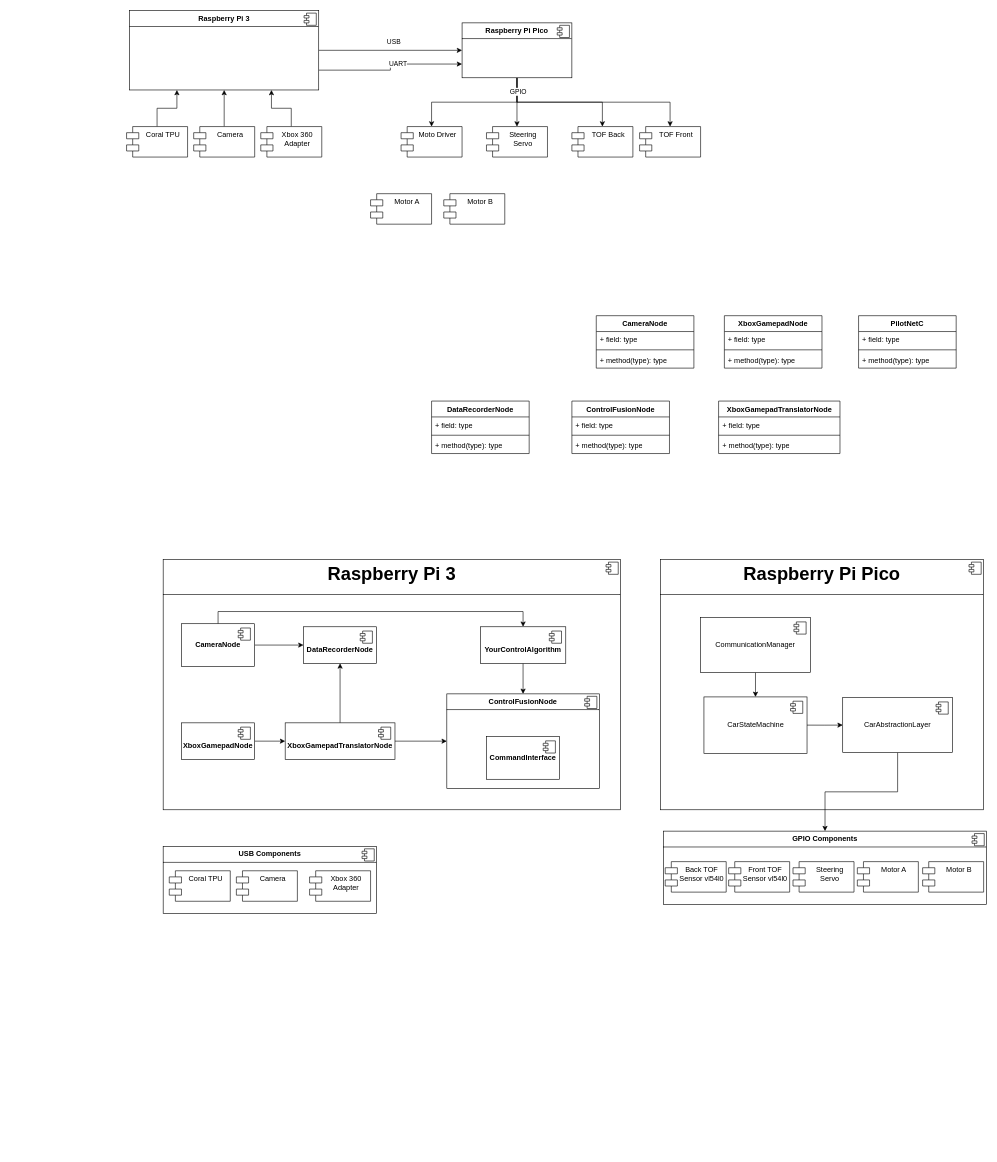
Above: page "Seite-4" (4 of 4) of doc/RPI_Car.drawio in GGArdrey/RaspiCar (draw.io), before the change. Source tidied: cells renumbered, new cells numbered last; positions are measured from the earlier drawing's top-left corner, leaving out a move shared by most shapes. Both pictures are drawn from the tidied source at 61%, with x=0, y=0 at pixel (126, 10).
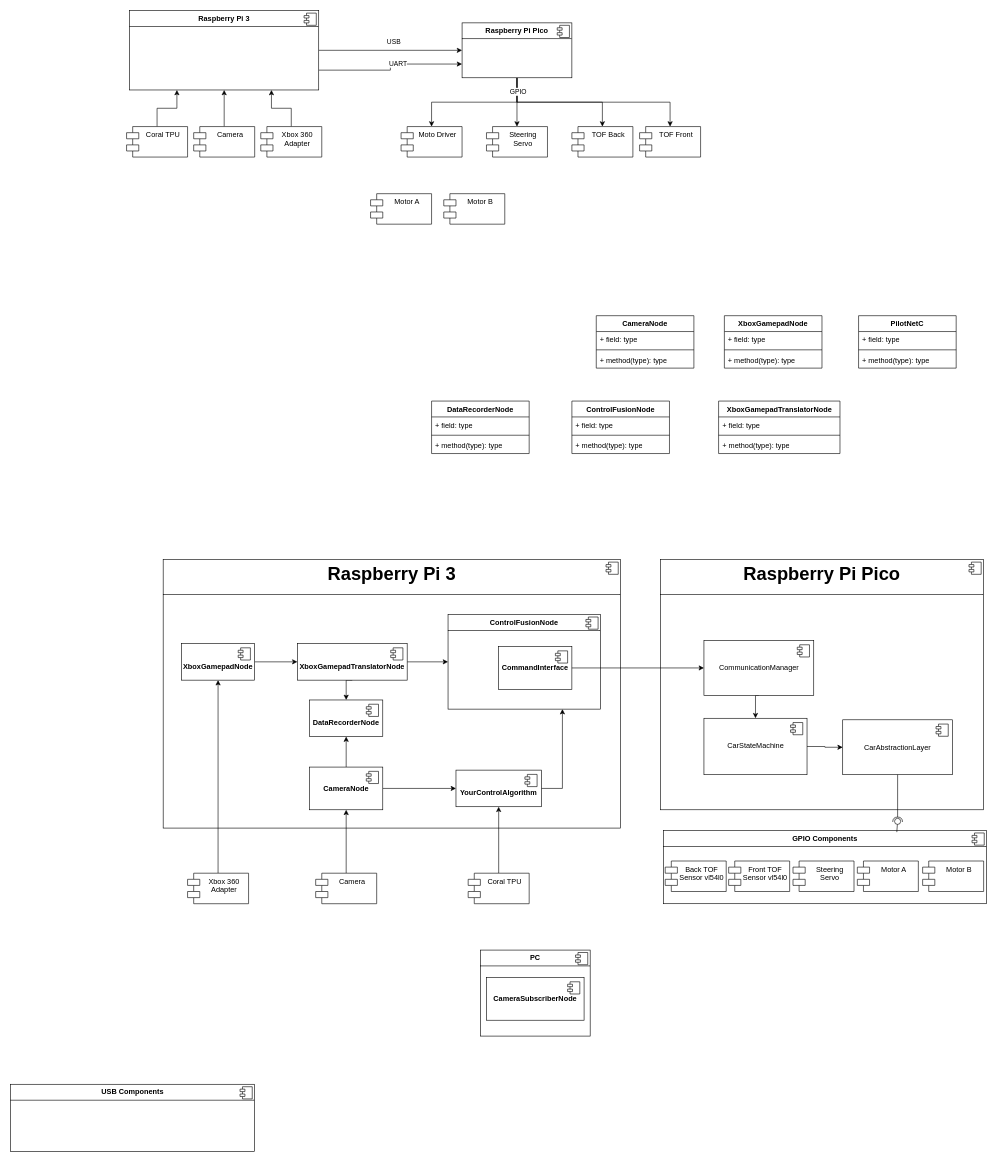
Above is the later version.

What changed in the source:
```diff
@@
     <mxCell id="2" value="&lt;p style=&quot;margin:0px;margin-top:6px;text-align:center;&quot;&gt;&lt;b&gt;USB Components&lt;/b&gt;&lt;/p&gt;&lt;hr size=&quot;1&quot; style=&quot;border-style:solid;&quot;&gt;&lt;p style=&quot;margin:0px;margin-left:8px;&quot;&gt;&lt;br&gt;&lt;/p&gt;" style="align=left;overflow=fill;html=1;whiteSpace=wrap;" parent="1" vertex="1">
-      <mxGeometry x="60" y="1370" width="350" height="110" as="geometry" />
+      <mxGeometry x="-190" y="1760" width="400" height="110" as="geometry" />
     </mxCell>
@@
     <mxCell id="4" value="&lt;p style=&quot;margin:0px;margin-top:6px;text-align:center;&quot;&gt;&lt;b&gt;GPIO Components&lt;/b&gt;&lt;/p&gt;&lt;hr size=&quot;1&quot; style=&quot;border-style:solid;&quot;&gt;&lt;p style=&quot;margin:0px;margin-left:8px;&quot;&gt;&lt;br&gt;&lt;/p&gt;" style="align=left;overflow=fill;html=1;whiteSpace=wrap;" parent="1" vertex="1">
-      <mxGeometry x="880" y="1345" width="530" height="120" as="geometry" />
+      <mxGeometry x="880" y="1344" width="530" height="120" as="geometry" />
     </mxCell>
@@
     <mxCell id="55" value="&lt;p style=&quot;margin: 6px 0px 0px; text-align: center; font-size: 30px;&quot;&gt;&lt;b style=&quot;&quot;&gt;&lt;font style=&quot;font-size: 30px;&quot;&gt;Raspberry Pi 3&lt;/font&gt;&lt;/b&gt;&lt;/p&gt;&lt;hr size=&quot;1&quot; style=&quot;border-style: solid; font-size: 30px;&quot;&gt;&lt;p style=&quot;margin: 0px 0px 0px 8px; font-size: 30px;&quot;&gt;&lt;br&gt;&lt;/p&gt;" style="align=left;overflow=fill;html=1;whiteSpace=wrap;" parent="1" vertex="1">
-      <mxGeometry x="60" y="900" width="750" height="410" as="geometry" />
+      <mxGeometry x="60" y="900" width="750" height="440" as="geometry" />
     </mxCell>
@@
-    <mxCell id="57" style="edgeStyle=orthogonalEdgeStyle;rounded=0;jettySize=auto;html=1;exitX=1;exitY=0.5;exitDx=0;exitDy=0;entryX=0;entryY=0.5;entryDx=0;entryDy=0;" parent="1" edge="1" source="59" target="64">
+    <mxCell id="57" style="edgeStyle=orthogonalEdgeStyle;rounded=0;jettySize=auto;html=1;exitX=0.5;exitY=0;exitDx=0;exitDy=0;entryX=0.5;entryY=1;entryDx=0;entryDy=0;" parent="1" edge="1" source="59" target="64">
       <mxGeometry relative="1" as="geometry" />
     </mxCell>
-    <mxCell id="58" style="edgeStyle=orthogonalEdgeStyle;rounded=0;jettySize=auto;html=1;exitX=0.5;exitY=0;exitDx=0;exitDy=0;entryX=0.5;entryY=0;entryDx=0;entryDy=0;" parent="1" edge="1" source="59" target="70">
+    <mxCell id="58" style="edgeStyle=orthogonalEdgeStyle;rounded=0;jettySize=auto;html=1;exitX=1;exitY=0.5;exitDx=0;exitDy=0;entryX=0;entryY=0.5;entryDx=0;entryDy=0;" parent="1" edge="1" source="59" target="70">
       <mxGeometry relative="1" as="geometry" />
     </mxCell>
     <mxCell id="59" value="&lt;b&gt;CameraNode&lt;/b&gt;" style="html=1;whiteSpace=wrap;" parent="1" vertex="1">
-      <mxGeometry x="90" y="1005" width="120" height="70" as="geometry" />
+      <mxGeometry x="300" y="1240" width="120" height="70" as="geometry" />
     </mxCell>
@@
+    <mxCell id="96" style="edgeStyle=orthogonalEdgeStyle;rounded=0;jettySize=auto;html=1;exitX=0.5;exitY=0;exitDx=0;exitDy=0;entryX=0.5;entryY=1;entryDx=0;entryDy=0;" parent="1" edge="1" source="61" target="70">
+      <mxGeometry relative="1" as="geometry" />
+    </mxCell>
     <mxCell id="61" value="Coral TPU" style="shape=module;align=left;spacingLeft=20;align=center;verticalAlign=top;whiteSpace=wrap;html=1;" parent="1" vertex="1">
-      <mxGeometry x="70" y="1410" width="100" height="50" as="geometry" />
+      <mxGeometry x="560" y="1414" width="100" height="50" as="geometry" />
     </mxCell>
+    <mxCell id="97" style="edgeStyle=orthogonalEdgeStyle;rounded=0;jettySize=auto;html=1;exitX=0.5;exitY=0;exitDx=0;exitDy=0;entryX=0.5;entryY=1;entryDx=0;entryDy=0;" parent="1" edge="1" source="62" target="59">
+      <mxGeometry relative="1" as="geometry" />
+    </mxCell>
     <mxCell id="62" value="Camera" style="shape=module;align=left;spacingLeft=20;align=center;verticalAlign=top;whiteSpace=wrap;html=1;" parent="1" vertex="1">
-      <mxGeometry x="180" y="1410" width="100" height="50" as="geometry" />
+      <mxGeometry x="310" y="1414" width="100" height="50" as="geometry" />
     </mxCell>
+    <mxCell id="98" style="edgeStyle=orthogonalEdgeStyle;rounded=0;jettySize=auto;html=1;exitX=0.5;exitY=0;exitDx=0;exitDy=0;entryX=0.5;entryY=1;entryDx=0;entryDy=0;" parent="1" edge="1" source="63" target="67">
+      <mxGeometry relative="1" as="geometry" />
+    </mxCell>
     <mxCell id="63" value="Xbox 360 Adapter" style="shape=module;align=left;spacingLeft=20;align=center;verticalAlign=top;whiteSpace=wrap;html=1;" parent="1" vertex="1">
-      <mxGeometry x="300" y="1410" width="100" height="50" as="geometry" />
+      <mxGeometry x="100" y="1414" width="100" height="50" as="geometry" />
     </mxCell>
     <mxCell id="64" value="&lt;div&gt;&lt;b&gt;&lt;br&gt;&lt;/b&gt;&lt;/div&gt;&lt;b&gt;DataRecorderNode&lt;/b&gt;" style="html=1;whiteSpace=wrap;" parent="1" vertex="1">
-      <mxGeometry x="290" y="1010" width="120" height="60" as="geometry" />
+      <mxGeometry x="300" y="1130" width="120" height="60" as="geometry" />
     </mxCell>
@@
     <mxCell id="67" value="&lt;div&gt;&lt;b&gt;&lt;br&gt;&lt;/b&gt;&lt;/div&gt;&lt;b&gt;XboxGamepadNode&lt;/b&gt;" style="html=1;whiteSpace=wrap;" parent="1" vertex="1">
-      <mxGeometry x="90" y="1167.5" width="120" height="60" as="geometry" />
+      <mxGeometry x="90" y="1037.5" width="120" height="60" as="geometry" />
     </mxCell>
@@
-    <mxCell id="69" style="edgeStyle=orthogonalEdgeStyle;rounded=0;jettySize=auto;html=1;exitX=0.5;exitY=1;exitDx=0;exitDy=0;entryX=0.5;entryY=0;entryDx=0;entryDy=0;" parent="1" edge="1" source="70" target="76">
+    <mxCell id="69" style="edgeStyle=orthogonalEdgeStyle;rounded=0;jettySize=auto;html=1;exitX=1;exitY=0.5;exitDx=0;exitDy=0;entryX=0.75;entryY=1;entryDx=0;entryDy=0;" parent="1" edge="1" source="70" target="76">
       <mxGeometry relative="1" as="geometry" />
     </mxCell>
     <mxCell id="70" value="&lt;div&gt;&lt;b&gt;&lt;br&gt;&lt;/b&gt;&lt;/div&gt;&lt;b&gt;YourControlAlgorithm&lt;/b&gt;" style="html=1;whiteSpace=wrap;" parent="1" vertex="1">
-      <mxGeometry x="580" y="1010" width="140" height="60" as="geometry" />
+      <mxGeometry x="540" y="1245" width="140" height="60" as="geometry" />
     </mxCell>
@@
-    <mxCell id="72" style="edgeStyle=orthogonalEdgeStyle;rounded=0;jettySize=auto;html=1;exitX=0.5;exitY=0;exitDx=0;exitDy=0;entryX=0.5;entryY=1;entryDx=0;entryDy=0;" parent="1" edge="1" source="74" target="64">
+    <mxCell id="72" style="edgeStyle=orthogonalEdgeStyle;rounded=0;jettySize=auto;html=1;exitX=0.5;exitY=1;exitDx=0;exitDy=0;entryX=0.5;entryY=0;entryDx=0;entryDy=0;" parent="1" edge="1" source="74" target="64">
       <mxGeometry relative="1" as="geometry" />
     </mxCell>
@@
     <mxCell id="74" value="&lt;div&gt;&lt;b&gt;&lt;br&gt;&lt;/b&gt;&lt;/div&gt;&lt;b&gt;XboxGamepadTranslatorNode&lt;/b&gt;" style="html=1;whiteSpace=wrap;" parent="1" vertex="1">
-      <mxGeometry x="260" y="1167.5" width="180" height="60" as="geometry" />
+      <mxGeometry x="280" y="1037.5" width="180" height="60" as="geometry" />
     </mxCell>
@@
     <mxCell id="76" value="&lt;p style=&quot;margin:0px;margin-top:6px;text-align:center;&quot;&gt;&lt;b&gt;ControlFusionNode&lt;/b&gt;&lt;br&gt;&lt;/p&gt;&lt;hr size=&quot;1&quot; style=&quot;border-style:solid;&quot;&gt;&lt;p style=&quot;margin:0px;margin-left:8px;&quot;&gt;&lt;br&gt;&lt;/p&gt;" style="align=left;overflow=fill;html=1;whiteSpace=wrap;" parent="1" vertex="1">
-      <mxGeometry x="525" y="1120" width="250" height="155" as="geometry" />
+      <mxGeometry x="527" y="990" width="250" height="155" as="geometry" />
     </mxCell>
@@
     <mxCell id="78" value="&lt;b&gt;CommandInterface&lt;/b&gt;" style="html=1;whiteSpace=wrap;" parent="1" vertex="1">
-      <mxGeometry x="590" y="1190" width="120" height="70" as="geometry" />
+      <mxGeometry x="610" y="1042.5" width="120" height="70" as="geometry" />
     </mxCell>
@@
     <mxCell id="83" value="CommunicationManager" style="html=1;whiteSpace=wrap;" parent="1" vertex="1">
-      <mxGeometry x="941" y="995" width="180" height="90" as="geometry" />
+      <mxGeometry x="946.5" y="1032.5" width="180" height="90" as="geometry" />
     </mxCell>
@@
-    <mxCell id="85" style="edgeStyle=orthogonalEdgeStyle;rounded=0;jettySize=auto;html=1;exitX=0.5;exitY=1;exitDx=0;exitDy=0;" parent="1" edge="1" source="86" target="4">
-      <mxGeometry relative="1" as="geometry" />
-    </mxCell>
     <mxCell id="86" value="CarAbstractionLayer" style="html=1;whiteSpace=wrap;" parent="1" vertex="1">
-      <mxGeometry x="1174" y="1126.2" width="180" height="90" as="geometry" />
+      <mxGeometry x="1174" y="1162.5" width="180" height="90" as="geometry" />
     </mxCell>
@@
     <mxCell id="89" value="CarStateMachine" style="html=1;whiteSpace=wrap;" parent="1" vertex="1">
-      <mxGeometry x="946.5" y="1125" width="169" height="92.5" as="geometry" />
+      <mxGeometry x="946.5" y="1160" width="169" height="92.5" as="geometry" />
     </mxCell>
@@
     <mxCell id="91" value="&lt;div&gt;Front TOF Sensor&amp;nbsp;&lt;span style=&quot;background-color: initial;&quot;&gt;vl54l0&lt;/span&gt;&lt;/div&gt;" style="shape=module;align=left;spacingLeft=20;align=center;verticalAlign=top;whiteSpace=wrap;html=1;" parent="1" vertex="1">
-      <mxGeometry x="987" y="1395" width="100" height="50" as="geometry" />
+      <mxGeometry x="987" y="1394" width="100" height="50" as="geometry" />
     </mxCell>
     <mxCell id="92" value="Steering Servo" style="shape=module;align=left;spacingLeft=20;align=center;verticalAlign=top;whiteSpace=wrap;html=1;" parent="1" vertex="1">
-      <mxGeometry x="1092.5" y="1395" width="100" height="50" as="geometry" />
+      <mxGeometry x="1092.5" y="1394" width="100" height="50" as="geometry" />
     </mxCell>
     <mxCell id="93" value="Motor A" style="shape=module;align=left;spacingLeft=20;align=center;verticalAlign=top;whiteSpace=wrap;html=1;" parent="1" vertex="1">
-      <mxGeometry x="1198" y="1395" width="100" height="50" as="geometry" />
+      <mxGeometry x="1198" y="1394" width="100" height="50" as="geometry" />
     </mxCell>
     <mxCell id="94" value="Motor B" style="shape=module;align=left;spacingLeft=20;align=center;verticalAlign=top;whiteSpace=wrap;html=1;" parent="1" vertex="1">
-      <mxGeometry x="1305" y="1395" width="100" height="50" as="geometry" />
+      <mxGeometry x="1305" y="1394" width="100" height="50" as="geometry" />
     </mxCell>
     <mxCell id="95" value="&lt;div&gt;Back TOF Sensor&amp;nbsp;&lt;span style=&quot;background-color: initial;&quot;&gt;vl54l0&lt;/span&gt;&lt;/div&gt;" style="shape=module;align=left;spacingLeft=20;align=center;verticalAlign=top;whiteSpace=wrap;html=1;" parent="1" vertex="1">
-      <mxGeometry x="883" y="1395" width="100" height="50" as="geometry" />
+      <mxGeometry x="883" y="1394" width="100" height="50" as="geometry" />
     </mxCell>
+    <mxCell id="99" style="rounded=0;jettySize=auto;html=1;endArrow=halfCircle;endFill=0;endSize=6;strokeWidth=1;sketch=0;exitX=0.5;exitY=1;exitDx=0;exitDy=0;" parent="1" edge="1" source="86">
+      <mxGeometry relative="1" as="geometry">
+        <mxPoint x="1264" y="1330" as="targetPoint" />
+      </mxGeometry>
+    </mxCell>
+    <mxCell id="100" style="rounded=0;jettySize=auto;html=1;endArrow=oval;endFill=0;sketch=0;sourcePerimeterSpacing=0;targetPerimeterSpacing=0;endSize=10;exitX=0.722;exitY=0.022;exitDx=0;exitDy=0;exitPerimeter=0;" parent="1" edge="1" source="4" target="101">
+      <mxGeometry relative="1" as="geometry" />
+    </mxCell>
+    <mxCell id="101" style="ellipse;whiteSpace=wrap;html=1;align=center;fillColor=none;strokeColor=none;perimeter=centerPerimeter;points=[];outlineConnect=1;" parent="1" vertex="1">
+      <mxGeometry x="1259" y="1324" width="10" height="10" as="geometry" />
+    </mxCell>
+    <mxCell id="102" style="edgeStyle=orthogonalEdgeStyle;rounded=0;jettySize=auto;html=1;exitX=1;exitY=0.5;exitDx=0;exitDy=0;entryX=0;entryY=0.5;entryDx=0;entryDy=0;" parent="1" edge="1" source="78" target="83">
+      <mxGeometry relative="1" as="geometry" />
+    </mxCell>
+    <mxCell id="103" value="&lt;p style=&quot;margin:0px;margin-top:6px;text-align:center;&quot;&gt;&lt;b&gt;PC&lt;/b&gt;&lt;/p&gt;&lt;hr size=&quot;1&quot; style=&quot;border-style:solid;&quot;&gt;&lt;p style=&quot;margin:0px;margin-left:8px;&quot;&gt;&lt;br&gt;&lt;/p&gt;" style="align=left;overflow=fill;html=1;whiteSpace=wrap;" parent="1" vertex="1">
+      <mxGeometry x="580" y="1540" width="180" height="141" as="geometry" />
+    </mxCell>
+    <mxCell id="104" style="shape=component;jettyWidth=8;jettyHeight=4;" parent="103" vertex="1">
+      <mxGeometry x="1" width="20" height="20" relative="1" as="geometry">
+        <mxPoint x="-24" y="4" as="offset" />
+      </mxGeometry>
+    </mxCell>
+    <mxCell id="105" value="&lt;b&gt;CameraSubscriberNode&lt;/b&gt;" style="html=1;whiteSpace=wrap;" parent="1" vertex="1">
+      <mxGeometry x="590" y="1585" width="160" height="70" as="geometry" />
+    </mxCell>
+    <mxCell id="106" style="shape=module;jettyWidth=8;jettyHeight=4;" parent="105" vertex="1">
+      <mxGeometry x="1" width="20" height="20" relative="1" as="geometry">
+        <mxPoint x="-27" y="7" as="offset" />
+      </mxGeometry>
+    </mxCell>
```
